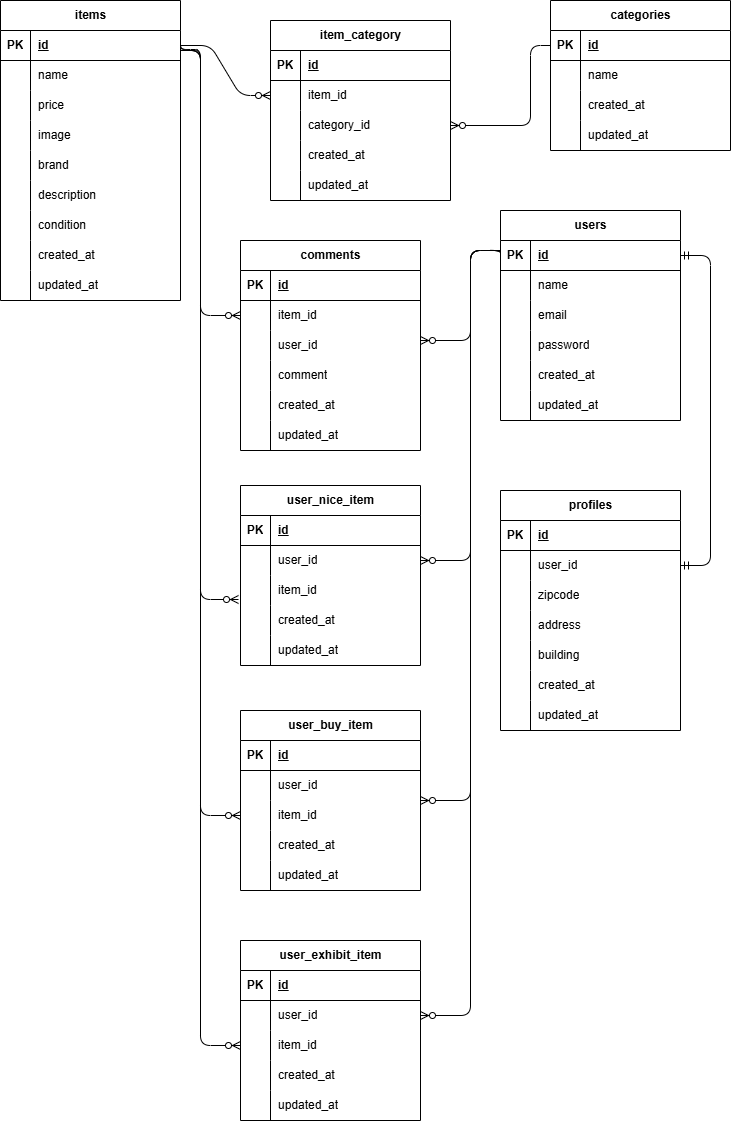
The draw.io diagram ER.drawio.png in shinzawa/tsutomu-mogi1, before a commit. Source tidied: cells renumbered, new cells last; positions are measured from the earlier drawing's top-left corner, leaving out a move shared by most shapes.
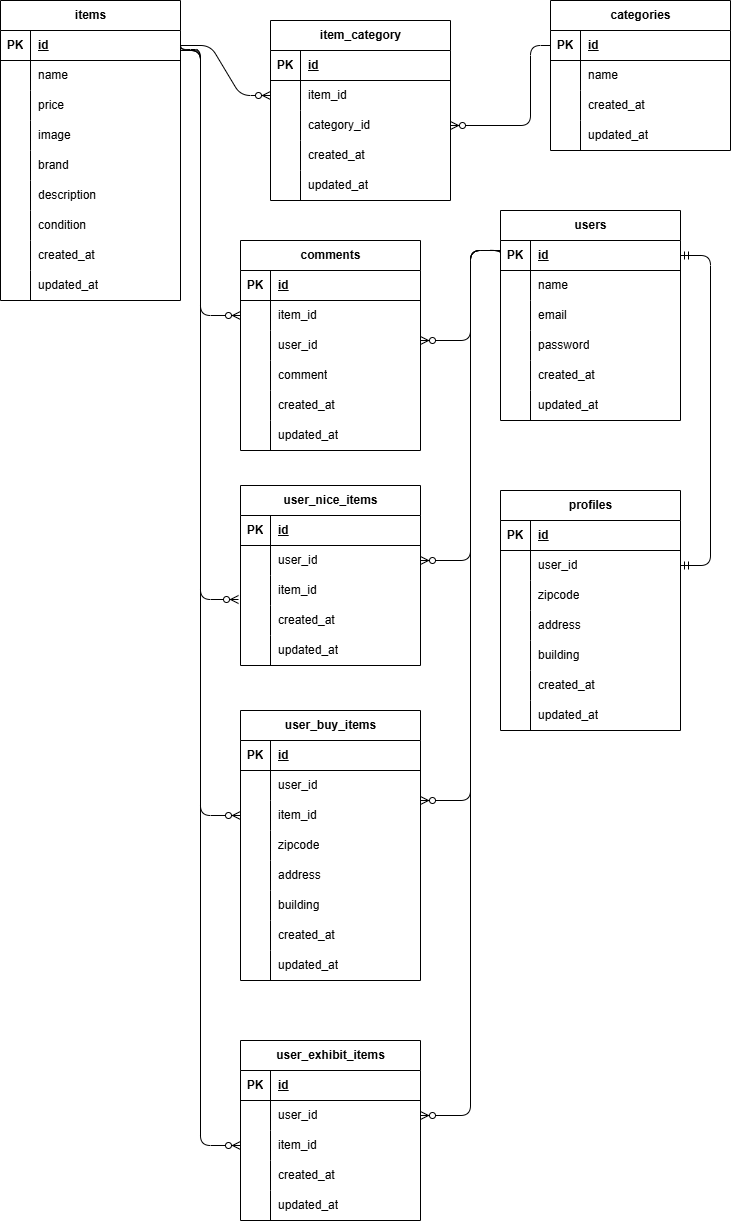
Above is the later version.

The edit, as a diff of the source:
```diff
@@ -389,7 +389,7 @@
         </Array>
       </mxGeometry>
     </mxCell>
-    <mxCell id="124" value="user_nice_item" style="shape=table;startSize=30;rowLines=0;fontStyle=1;align=center;html=1;" parent="1" vertex="1">
+    <mxCell id="124" value="user_nice_items" style="shape=table;startSize=30;rowLines=0;fontStyle=1;align=center;html=1;" parent="1" vertex="1">
       <mxGeometry x="240" y="485" width="180" height="180" as="geometry" />
     </mxCell>
     <mxCell id="125" style="shape=tableRow;horizontal=0;startSize=0;swimlaneHead=0;swimlaneBody=0;fillColor=none;top=0;left=0;right=0;bottom=1;" parent="124" vertex="1">
@@ -454,8 +454,8 @@
         </Array>
       </mxGeometry>
     </mxCell>
-    <mxCell id="142" value="user_buy_item" style="shape=table;startSize=30;rowLines=0;fontStyle=1;align=center;html=1;" parent="1" vertex="1">
-      <mxGeometry x="240" y="710" width="180" height="180" as="geometry" />
+    <mxCell id="142" value="user_buy_items" style="shape=table;startSize=30;rowLines=0;fontStyle=1;align=center;html=1;" parent="1" vertex="1">
+      <mxGeometry x="240" y="710" width="180" height="270" as="geometry" />
     </mxCell>
     <mxCell id="143" style="shape=tableRow;horizontal=0;startSize=0;swimlaneHead=0;swimlaneBody=0;fillColor=none;top=0;left=0;right=0;bottom=1;" parent="142" vertex="1">
       <mxGeometry y="30" width="180" height="30" as="geometry" />
@@ -490,7 +490,7 @@
     <mxCell id="153" style="shape=partialRectangle;fillColor=none;top=0;left=0;bottom=0;right=0;overflow=hidden;whiteSpace=wrap;html=1;" parent="152" vertex="1">
       <mxGeometry width="30" height="30" as="geometry" />
     </mxCell>
-    <mxCell id="154" value="created_at" style="shape=partialRectangle;fillColor=none;top=0;left=0;bottom=0;right=0;align=left;spacingLeft=6;overflow=hidden;whiteSpace=wrap;html=1;" parent="152" vertex="1">
+    <mxCell id="154" value="zipcode" style="shape=partialRectangle;fillColor=none;top=0;left=0;bottom=0;right=0;align=left;spacingLeft=6;overflow=hidden;whiteSpace=wrap;html=1;" parent="152" vertex="1">
       <mxGeometry x="30" width="150" height="30" as="geometry" />
     </mxCell>
     <mxCell id="155" style="shape=tableRow;horizontal=0;startSize=0;swimlaneHead=0;swimlaneBody=0;fillColor=none;top=0;left=0;right=0;bottom=0;" parent="142" vertex="1">
@@ -499,9 +499,36 @@
     <mxCell id="156" style="shape=partialRectangle;fillColor=none;top=0;left=0;bottom=0;right=0;overflow=hidden;whiteSpace=wrap;html=1;" parent="155" vertex="1">
       <mxGeometry width="30" height="30" as="geometry" />
     </mxCell>
-    <mxCell id="157" value="updated_at" style="shape=partialRectangle;fillColor=none;top=0;left=0;bottom=0;right=0;align=left;spacingLeft=6;overflow=hidden;whiteSpace=wrap;html=1;" parent="155" vertex="1">
+    <mxCell id="157" value="address" style="shape=partialRectangle;fillColor=none;top=0;left=0;bottom=0;right=0;align=left;spacingLeft=6;overflow=hidden;whiteSpace=wrap;html=1;" parent="155" vertex="1">
       <mxGeometry x="30" width="150" height="30" as="geometry" />
     </mxCell>
+    <mxCell id="178" style="shape=tableRow;horizontal=0;startSize=0;swimlaneHead=0;swimlaneBody=0;fillColor=none;top=0;left=0;right=0;bottom=0;" parent="142" vertex="1">
+      <mxGeometry y="180" width="180" height="30" as="geometry" />
+    </mxCell>
+    <mxCell id="179" style="shape=partialRectangle;fillColor=none;top=0;left=0;bottom=0;right=0;overflow=hidden;whiteSpace=wrap;html=1;" parent="178" vertex="1">
+      <mxGeometry width="30" height="30" as="geometry" />
+    </mxCell>
+    <mxCell id="180" value="building" style="shape=partialRectangle;fillColor=none;top=0;left=0;bottom=0;right=0;align=left;spacingLeft=6;overflow=hidden;whiteSpace=wrap;html=1;" parent="178" vertex="1">
+      <mxGeometry x="30" width="150" height="30" as="geometry" />
+    </mxCell>
+    <mxCell id="181" style="shape=tableRow;horizontal=0;startSize=0;swimlaneHead=0;swimlaneBody=0;fillColor=none;top=0;left=0;right=0;bottom=0;" parent="142" vertex="1">
+      <mxGeometry y="210" width="180" height="30" as="geometry" />
+    </mxCell>
+    <mxCell id="182" style="shape=partialRectangle;fillColor=none;top=0;left=0;bottom=0;right=0;overflow=hidden;whiteSpace=wrap;html=1;" parent="181" vertex="1">
+      <mxGeometry width="30" height="30" as="geometry" />
+    </mxCell>
+    <mxCell id="183" value="created_at" style="shape=partialRectangle;fillColor=none;top=0;left=0;bottom=0;right=0;align=left;spacingLeft=6;overflow=hidden;whiteSpace=wrap;html=1;" parent="181" vertex="1">
+      <mxGeometry x="30" width="150" height="30" as="geometry" />
+    </mxCell>
+    <mxCell id="184" style="shape=tableRow;horizontal=0;startSize=0;swimlaneHead=0;swimlaneBody=0;fillColor=none;top=0;left=0;right=0;bottom=0;" parent="142" vertex="1">
+      <mxGeometry y="240" width="180" height="30" as="geometry" />
+    </mxCell>
+    <mxCell id="185" style="shape=partialRectangle;fillColor=none;top=0;left=0;bottom=0;right=0;overflow=hidden;whiteSpace=wrap;html=1;" parent="184" vertex="1">
+      <mxGeometry width="30" height="30" as="geometry" />
+    </mxCell>
+    <mxCell id="186" value="updated_at" style="shape=partialRectangle;fillColor=none;top=0;left=0;bottom=0;right=0;align=left;spacingLeft=6;overflow=hidden;whiteSpace=wrap;html=1;" parent="184" vertex="1">
+      <mxGeometry x="30" width="150" height="30" as="geometry" />
+    </mxCell>
     <mxCell id="158" style="edgeStyle=orthogonalEdgeStyle;fontSize=12;html=1;endArrow=ERzeroToMany;endFill=1;exitX=0;exitY=0.5;exitDx=0;exitDy=0;" parent="1" edge="1" source="62" target="146">
       <mxGeometry relative="1" as="geometry">
         <Array as="points">
@@ -519,8 +546,8 @@
         </Array>
       </mxGeometry>
     </mxCell>
-    <mxCell id="160" value="user_exhibit_item" style="shape=table;startSize=30;rowLines=0;fontStyle=1;align=center;html=1;" parent="1" vertex="1">
-      <mxGeometry x="240" y="940" width="180" height="180" as="geometry" />
+    <mxCell id="160" value="user_exhibit_items" style="shape=table;startSize=30;rowLines=0;fontStyle=1;align=center;html=1;" parent="1" vertex="1">
+      <mxGeometry x="240" y="1040" width="180" height="180" as="geometry" />
     </mxCell>
     <mxCell id="161" style="shape=tableRow;horizontal=0;startSize=0;swimlaneHead=0;swimlaneBody=0;fillColor=none;top=0;left=0;right=0;bottom=1;" parent="160" vertex="1">
       <mxGeometry y="30" width="180" height="30" as="geometry" />
@@ -571,7 +598,7 @@
       <mxGeometry relative="1" as="geometry">
         <Array as="points">
           <mxPoint x="200" y="50" />
-          <mxPoint x="200" y="1045" />
+          <mxPoint x="200" y="1145" />
         </Array>
       </mxGeometry>
     </mxCell>
@@ -579,7 +606,7 @@
       <mxGeometry relative="1" as="geometry">
         <Array as="points">
           <mxPoint x="470" y="250" />
-          <mxPoint x="470" y="1015" />
+          <mxPoint x="470" y="1115" />
         </Array>
       </mxGeometry>
     </mxCell>
```
